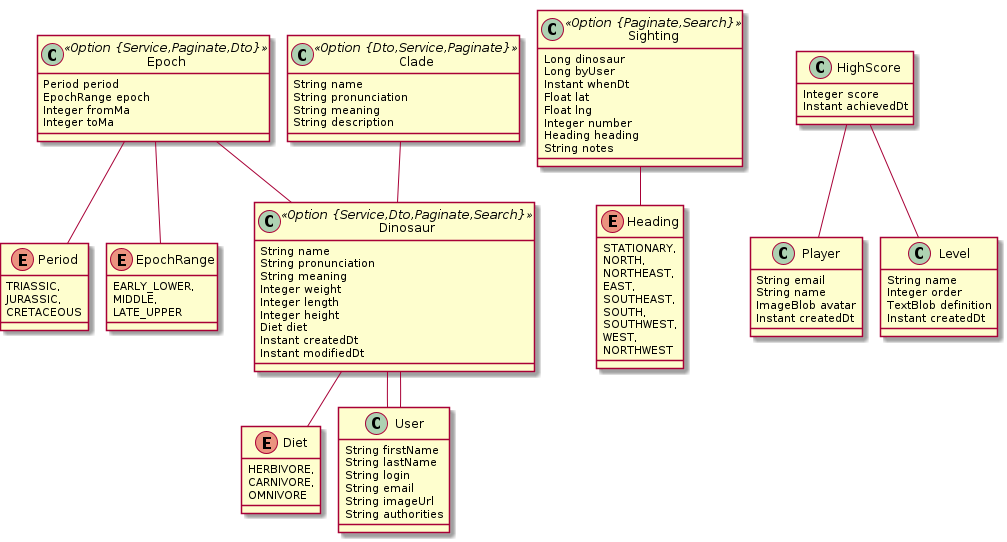
The PlantUML diagram jhipster-microservice-dinosaurs.png in RatJuggler/jhipster-jdl, before a commit.
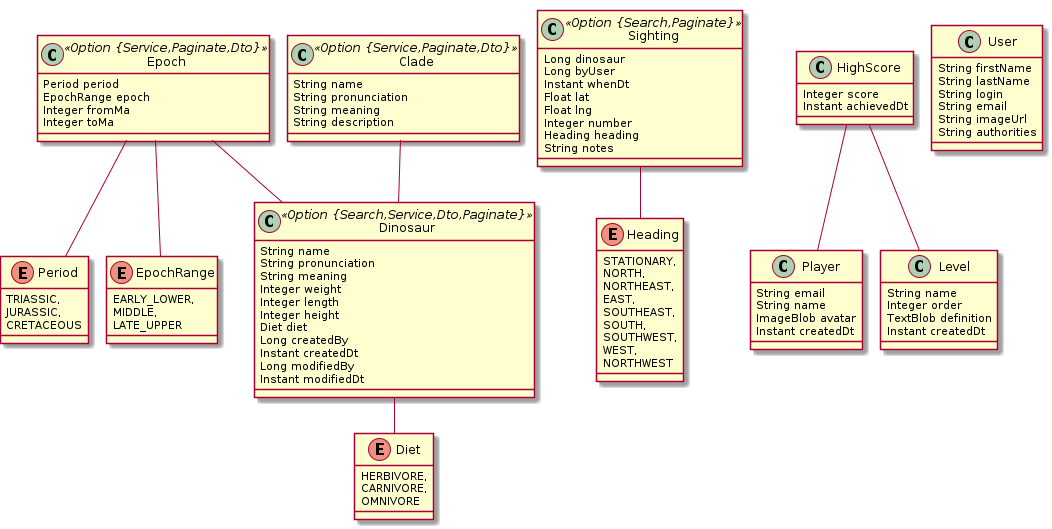
After the change.

Commit message:
User is part of gateway application.

The edit, as a diff of the source:
```diff
@@ -19,7 +19,7 @@
 	}
 	Epoch ..> Period
 	Epoch ..> EpochRange
-	class Clade <<Option {Dto,Service,Paginate}>> {
+	class Clade <<Option {Service,Paginate,Dto}>> {
 		String name
 		String pronunciation
 		String meaning
@@ -30,7 +30,7 @@
 		CARNIVORE,
 		OMNIVORE
 	}
-	class Dinosaur <<Option {Service,Dto,Paginate,Search}>> {
+	class Dinosaur <<Option {Search,Service,Dto,Paginate}>> {
 		String name
 		String pronunciation
 		String meaning
@@ -38,14 +38,14 @@
 		Integer length
 		Integer height
 		Diet diet
+		Long createdBy
 		Instant createdDt
+		Long modifiedBy
 		Instant modifiedDt
 	}
 	Dinosaur ..> Diet
 	Epoch  "0..1 " --o "epochItLived  1..* "  Dinosaur
 	Clade  "0..1 " --o "clade(name)  1..* "  Dinosaur
-	Dinosaur  "createdBy  1..* " o-- "0..1 "  User
-	Dinosaur  "modifiedBy 0..* " o-- "0..1 "  User
 	enum Heading {
 		STATIONARY,
 		NORTH,
@@ -57,7 +57,7 @@
 		WEST,
 		NORTHWEST
 	}
-	class Sighting <<Option {Paginate,Search}>> {
+	class Sighting <<Option {Search,Paginate}>> {
 		Long dinosaur
 		Long byUser
 		Instant whenDt
```
